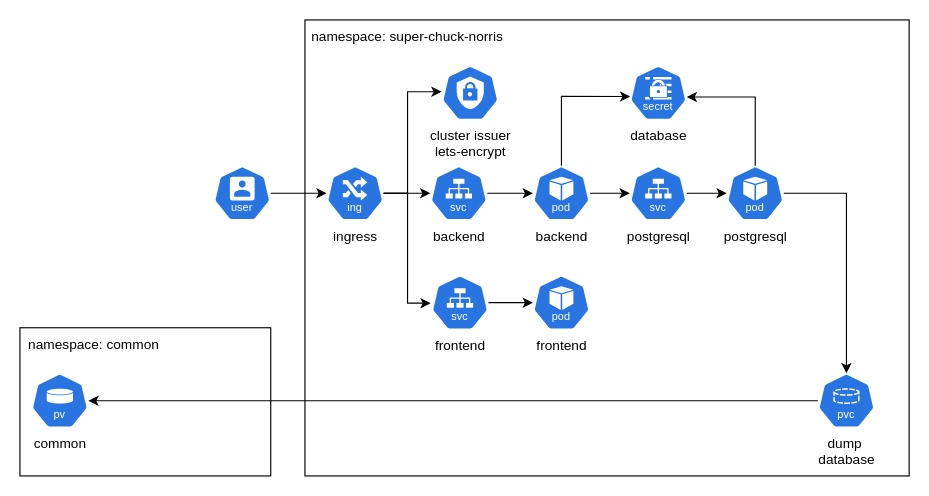
Earlier version of the draw.io diagram drawio/k8s.drawio (filhype-organization/super-chuck-norris-doc). Source tidied: cells renumbered, new cells numbered last; positions are measured from the earlier drawing's top-left corner, leaving out a move shared by most shapes. Both pictures are drawn from the tidied source at 114%, with x=0, y=0 at pixel (19, 19).
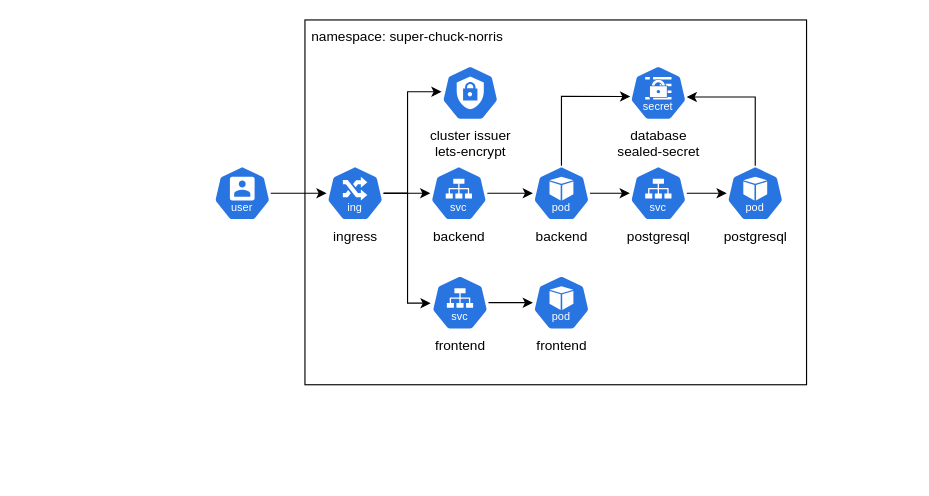
Above is the later version.

Commit message (it also covers changes not shown here):
evolution architecture

The change refers to these unchanged cells:
```xml
<mxCell id="17" value="postgresql" style="sketch=0;html=1;dashed=0;whitespace=wrap;verticalLabelPosition=bottom;verticalAlign=top;fillColor=#2875E2;strokeColor=#ffffff;points=[[0.005,0.63,0],[0.1,0.2,0],[0.9,0.2,0],[0.5,0,0],[0.995,0.63,0],[0.72,0.99,0],[0.5,1,0],[0.28,0.99,0]];shape=mxgraph.kubernetes.icon2;kubernetesLabel=1;prIcon=pod;" parent="1" vertex="1">
  <mxGeometry x="620" y="128" width="50" height="48" as="geometry" />
</mxCell>
```

What changed in the source:
```diff
@@
     <mxCell id="2" style="rounded=0;whiteSpace=wrap;html=1;" parent="1" vertex="1">
-      <mxGeometry x="250" width="530" height="400" as="geometry" />
+      <mxGeometry x="250" width="440" height="320" as="geometry" />
     </mxCell>
@@
-    <mxCell id="4" style="rounded=0;whiteSpace=wrap;html=1;" parent="1" vertex="1">
-      <mxGeometry y="270" width="220" height="130" as="geometry" />
-    </mxCell>
-    <mxCell id="5" value="namespace: common" style="text;html=1;align=center;verticalAlign=middle;whiteSpace=wrap;rounded=0;" parent="1" vertex="1">
-      <mxGeometry y="270" width="130" height="30" as="geometry" />
-    </mxCell>
-    <mxCell id="6" style="edgeStyle=orthogonalEdgeStyle;rounded=0;jettySize=auto;html=1;" parent="1" edge="1" source="7" target="11">
-      <mxGeometry relative="1" as="geometry" />
-    </mxCell>
-    <mxCell id="7" value="dump&amp;nbsp;&lt;div&gt;database&lt;/div&gt;" style="sketch=0;html=1;dashed=0;whitespace=wrap;verticalLabelPosition=bottom;verticalAlign=top;fillColor=#2875E2;strokeColor=#ffffff;points=[[0.005,0.63,0],[0.1,0.2,0],[0.9,0.2,0],[0.5,0,0],[0.995,0.63,0],[0.72,0.99,0],[0.5,1,0],[0.28,0.99,0]];shape=mxgraph.kubernetes.icon2;kubernetesLabel=1;prIcon=pvc;" parent="1" vertex="1">
-      <mxGeometry x="700" y="310" width="50" height="48" as="geometry" />
-    </mxCell>
@@
-    <mxCell id="10" value="database" style="sketch=0;html=1;dashed=0;whitespace=wrap;verticalLabelPosition=bottom;verticalAlign=top;fillColor=#2875E2;strokeColor=#ffffff;points=[[0.005,0.63,0],[0.1,0.2,0],[0.9,0.2,0],[0.5,0,0],[0.995,0.63,0],[0.72,0.99,0],[0.5,1,0],[0.28,0.99,0]];shape=mxgraph.kubernetes.icon2;kubernetesLabel=1;prIcon=secret;" parent="1" vertex="1">
+    <mxCell id="10" value="database&lt;div&gt;sealed-secret&lt;/div&gt;" style="sketch=0;html=1;dashed=0;whitespace=wrap;verticalLabelPosition=bottom;verticalAlign=top;fillColor=#2875E2;strokeColor=#ffffff;points=[[0.005,0.63,0],[0.1,0.2,0],[0.9,0.2,0],[0.5,0,0],[0.995,0.63,0],[0.72,0.99,0],[0.5,1,0],[0.28,0.99,0]];shape=mxgraph.kubernetes.icon2;kubernetesLabel=1;prIcon=secret;" parent="1" vertex="1">
       <mxGeometry x="535" y="40" width="50" height="48" as="geometry" />
     </mxCell>
-    <mxCell id="11" value="common" style="sketch=0;html=1;dashed=0;whitespace=wrap;verticalLabelPosition=bottom;verticalAlign=top;fillColor=#2875E2;strokeColor=#ffffff;points=[[0.005,0.63,0],[0.1,0.2,0],[0.9,0.2,0],[0.5,0,0],[0.995,0.63,0],[0.72,0.99,0],[0.5,1,0],[0.28,0.99,0]];shape=mxgraph.kubernetes.icon2;kubernetesLabel=1;prIcon=pv;" parent="1" vertex="1">
-      <mxGeometry x="10" y="310" width="50" height="48" as="geometry" />
-    </mxCell>
@@
-    <mxCell id="16" style="edgeStyle=orthogonalEdgeStyle;rounded=0;jettySize=auto;html=1;" parent="1" edge="1" source="17" target="7">
-      <mxGeometry relative="1" as="geometry" />
-    </mxCell>
```
